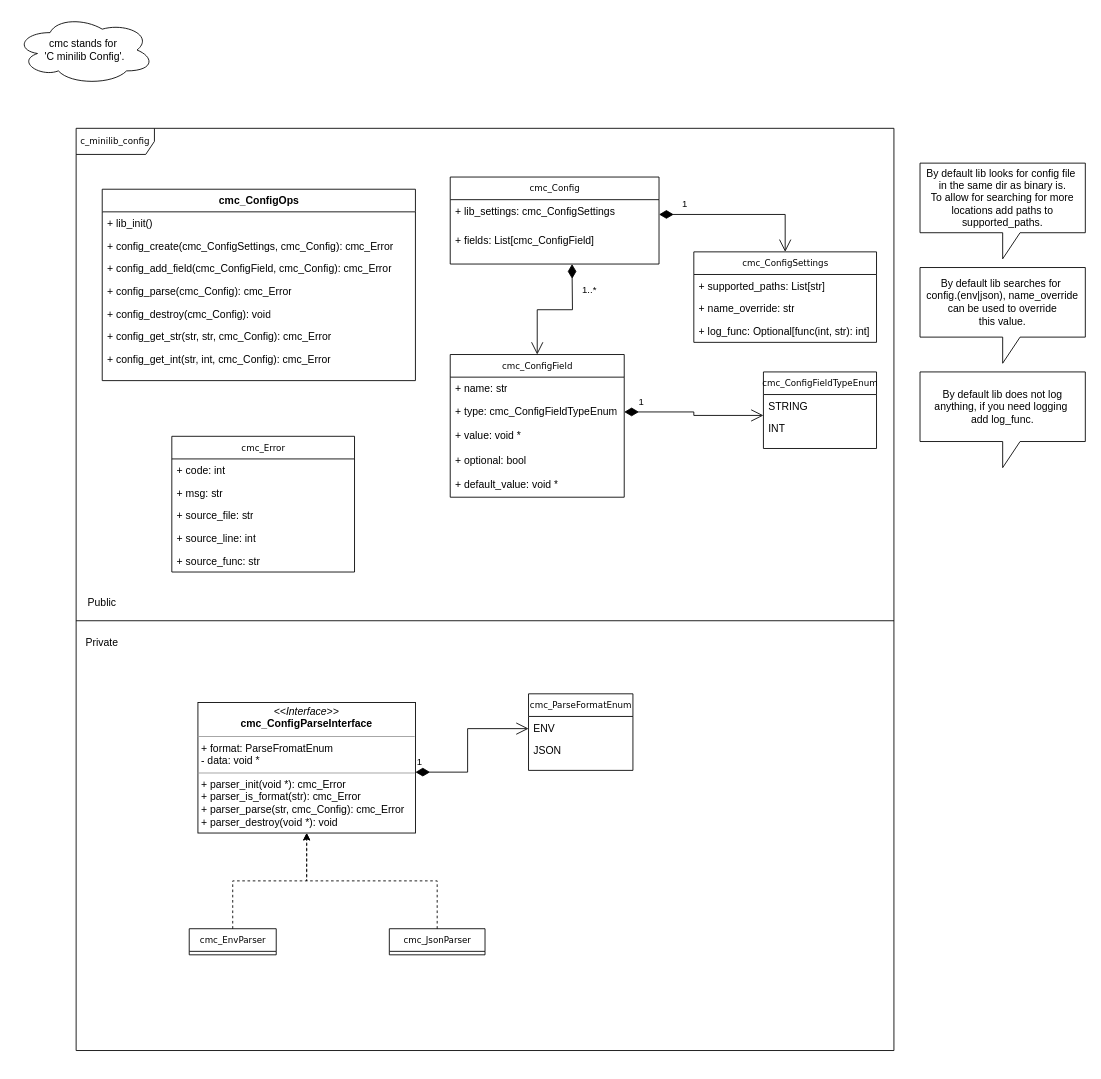
This is page "Data structures" (1 of 2) of docs/architecture.drawio from KubaTaba1uga/c_minilib_config, a draw.io file, before an edit. Source tidied: cells renumbered, new cells numbered last; positions are measured from the earlier drawing's top-left corner, leaving out a move shared by most shapes. Both pictures are drawn from the tidied source at 87%, with x=0, y=0 at pixel (15, 15).
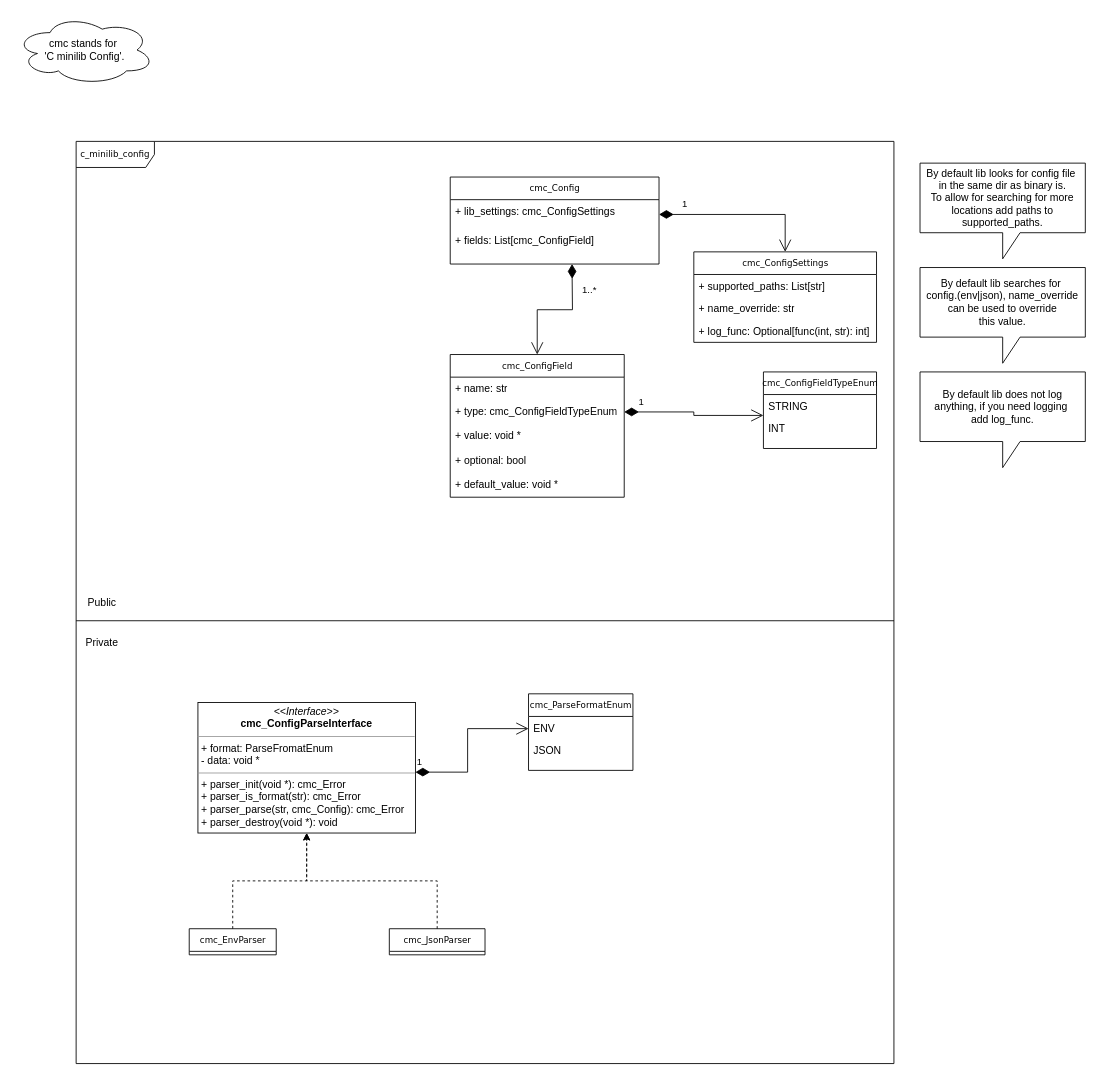
Above is the later version.

Commit message (it also covers changes not shown here):
add cmc_config_create

Change to the diagram source:
```diff
@@
-    <mxCell id="21" value="&lt;b style=&quot;font-family: Helvetica; font-size: 12px;&quot;&gt;cmc_ConfigOps&lt;/b&gt;" style="swimlane;html=1;fontStyle=0;horizontal=1;startSize=26;fillColor=none;swimlaneFillColor=#ffffff;rounded=0;shadow=0;comic=0;labelBackgroundColor=none;strokeWidth=1;fontFamily=Verdana;fontSize=10;align=center;" parent="1" vertex="1">
-      <mxGeometry x="100" y="200" width="360" height="220" as="geometry" />
-    </mxCell>
-    <mxCell id="22" value="+ lib_init()" style="text;html=1;strokeColor=none;fillColor=none;align=left;verticalAlign=top;spacingLeft=4;spacingRight=4;whiteSpace=wrap;overflow=hidden;" parent="21" vertex="1">
-      <mxGeometry y="26" width="360" height="26" as="geometry" />
-    </mxCell>
-    <mxCell id="23" value="&lt;div&gt;+ config_create(cmc_ConfigSettings, cmc_Config): cmc_Error&lt;/div&gt;&lt;div&gt;&lt;br&gt;&lt;/div&gt;" style="text;html=1;strokeColor=none;fillColor=none;align=left;verticalAlign=top;spacingLeft=4;spacingRight=4;whiteSpace=wrap;overflow=hidden;" parent="21" vertex="1">
-      <mxGeometry y="52" width="360" height="26" as="geometry" />
-    </mxCell>
-    <mxCell id="24" value="+ config_add_field(cmc_ConfigField, cmc_Config): cmc_Error" style="text;html=1;strokeColor=none;fillColor=none;align=left;verticalAlign=top;spacingLeft=4;spacingRight=4;whiteSpace=wrap;overflow=hidden;" parent="21" vertex="1">
-      <mxGeometry y="78" width="360" height="26" as="geometry" />
-    </mxCell>
-    <mxCell id="25" value="&lt;div&gt;+ config_parse(cmc_Config): cmc_Error&lt;/div&gt;&lt;div&gt;&lt;br&gt;&lt;/div&gt;" style="text;html=1;strokeColor=none;fillColor=none;align=left;verticalAlign=top;spacingLeft=4;spacingRight=4;whiteSpace=wrap;overflow=hidden;" parent="21" vertex="1">
-      <mxGeometry y="104" width="360" height="26" as="geometry" />
-    </mxCell>
-    <mxCell id="26" value="&lt;div&gt;+ config_destroy(cmc_Config): void&lt;/div&gt;&lt;div&gt;&lt;br&gt;&lt;/div&gt;&lt;div&gt;&lt;br&gt;&lt;/div&gt;" style="text;html=1;strokeColor=none;fillColor=none;align=left;verticalAlign=top;spacingLeft=4;spacingRight=4;whiteSpace=wrap;overflow=hidden;" parent="21" vertex="1">
-      <mxGeometry y="130" width="360" height="26" as="geometry" />
-    </mxCell>
-    <mxCell id="27" value="+ config_get_str(str, str, cmc_Config): cmc_Error" style="text;html=1;strokeColor=none;fillColor=none;align=left;verticalAlign=top;spacingLeft=4;spacingRight=4;whiteSpace=wrap;overflow=hidden;" parent="21" vertex="1">
-      <mxGeometry y="156" width="360" height="26" as="geometry" />
-    </mxCell>
-    <mxCell id="28" value="&lt;span style=&quot;text-wrap-mode: nowrap;&quot;&gt;+ config_get_int(str, int, cmc_Config): cmc_Error&lt;/span&gt;" style="text;html=1;strokeColor=none;fillColor=none;align=left;verticalAlign=top;spacingLeft=4;spacingRight=4;whiteSpace=wrap;overflow=hidden;" parent="21" vertex="1">
-      <mxGeometry y="182" width="360" height="26" as="geometry" />
-    </mxCell>
@@
     <mxCell id="45" value="c_minilib_config" style="shape=umlFrame;whiteSpace=wrap;html=1;rounded=0;shadow=0;comic=0;labelBackgroundColor=none;strokeWidth=1;fontFamily=Verdana;fontSize=10;align=center;width=90;height=30;" parent="1" vertex="1">
-      <mxGeometry x="70" y="130" width="940" height="1060" as="geometry" />
+      <mxGeometry x="70" y="145" width="940" height="1060" as="geometry" />
     </mxCell>
-    <mxCell id="46" value="cmc_Error" style="swimlane;html=1;fontStyle=0;horizontal=1;startSize=26;fillColor=none;swimlaneFillColor=#ffffff;rounded=0;shadow=0;comic=0;labelBackgroundColor=none;strokeWidth=1;fontFamily=Verdana;fontSize=10;align=center;" parent="1" vertex="1">
-      <mxGeometry x="180" y="484" width="210" height="156" as="geometry" />
-    </mxCell>
-    <mxCell id="47" value="+ code: int" style="text;html=1;strokeColor=none;fillColor=none;align=left;verticalAlign=top;spacingLeft=4;spacingRight=4;whiteSpace=wrap;overflow=hidden;" parent="46" vertex="1">
-      <mxGeometry y="26" width="210" height="26" as="geometry" />
-    </mxCell>
-    <mxCell id="48" value="+ msg: str" style="text;html=1;strokeColor=none;fillColor=none;align=left;verticalAlign=top;spacingLeft=4;spacingRight=4;whiteSpace=wrap;overflow=hidden;" parent="46" vertex="1">
-      <mxGeometry y="52" width="210" height="26" as="geometry" />
-    </mxCell>
-    <mxCell id="49" value="+ source_file: str" style="text;html=1;strokeColor=none;fillColor=none;align=left;verticalAlign=top;spacingLeft=4;spacingRight=4;whiteSpace=wrap;overflow=hidden;" parent="46" vertex="1">
-      <mxGeometry y="78" width="210" height="26" as="geometry" />
-    </mxCell>
-    <mxCell id="50" value="+ source_line: int" style="text;html=1;strokeColor=none;fillColor=none;align=left;verticalAlign=top;spacingLeft=4;spacingRight=4;whiteSpace=wrap;overflow=hidden;" parent="46" vertex="1">
-      <mxGeometry y="104" width="210" height="26" as="geometry" />
-    </mxCell>
-    <mxCell id="51" value="+ source_func: str" style="text;html=1;strokeColor=none;fillColor=none;align=left;verticalAlign=top;spacingLeft=4;spacingRight=4;whiteSpace=wrap;overflow=hidden;" parent="46" vertex="1">
-      <mxGeometry y="130" width="210" height="26" as="geometry" />
-    </mxCell>
```
